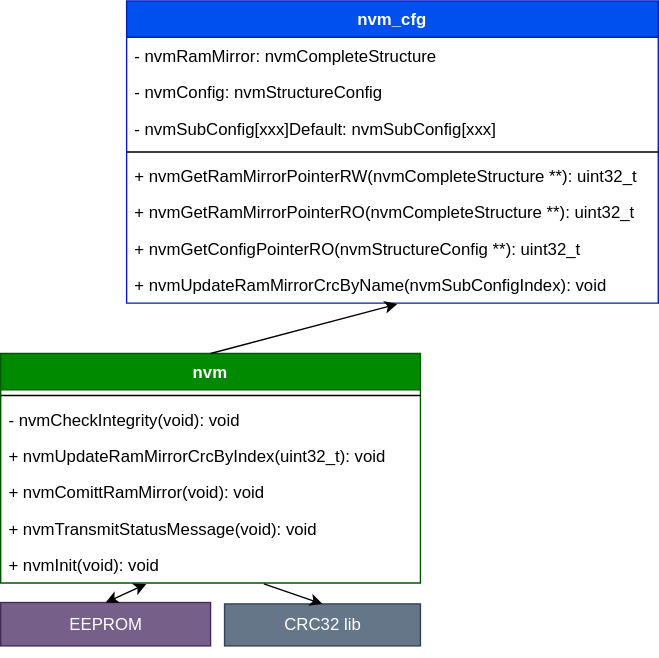
Above: architecture.svg in gregrob/publisher (draw.io), before the change. Source tidied: cells renumbered, new cells last; positions are measured from the earlier drawing's top-left corner, leaving out a move shared by most shapes.
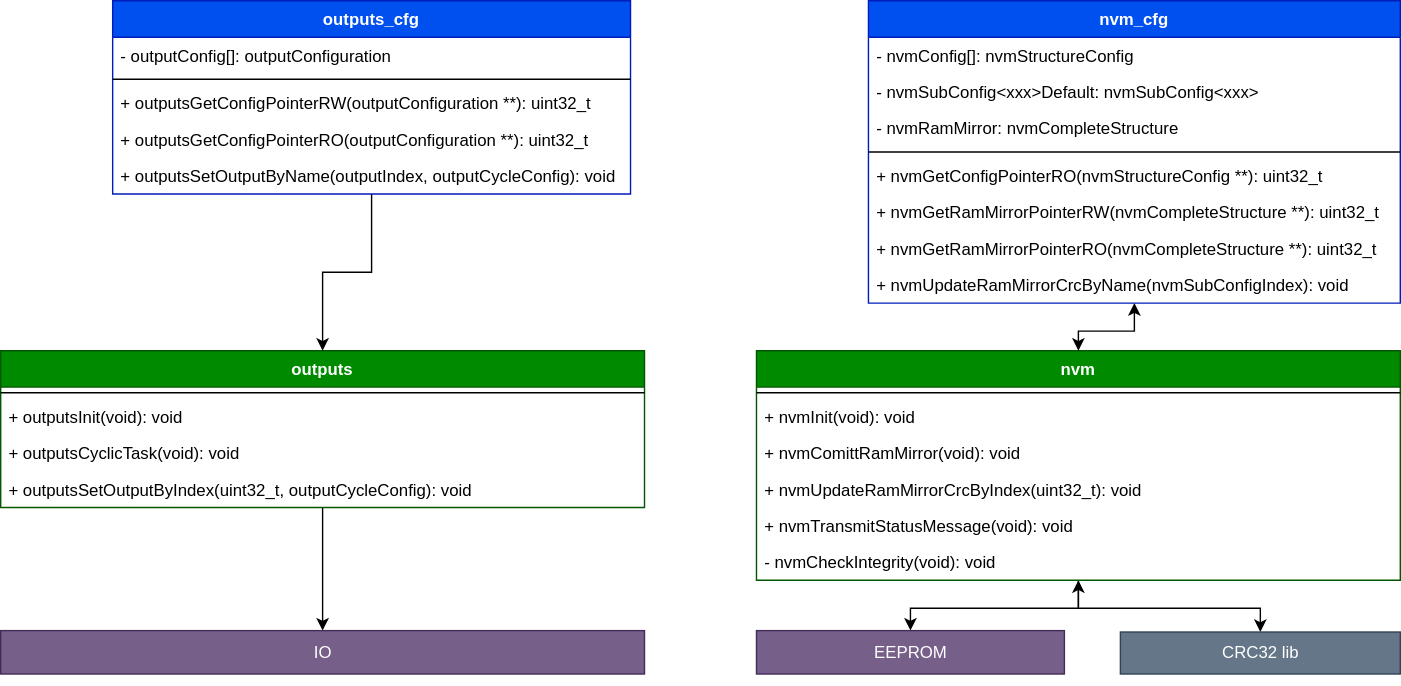
The same diagram one commit later.

Commit message:
Diagram updated with outputs.

What changed in the source:
```diff
@@ -2,71 +2,113 @@
   <root>
     <mxCell id="0" />
     <mxCell id="1" parent="0" />
+    <mxCell id="24" style="edgeStyle=orthogonalEdgeStyle;rounded=0;jettySize=auto;html=1;startArrow=classic;startFill=1;" parent="1" edge="1" source="2" target="18">
+      <mxGeometry relative="1" as="geometry" />
+    </mxCell>
+    <mxCell id="25" style="edgeStyle=orthogonalEdgeStyle;rounded=0;jettySize=auto;html=1;startArrow=none;startFill=0;" parent="1" edge="1" source="2" target="21">
+      <mxGeometry relative="1" as="geometry" />
+    </mxCell>
     <mxCell id="2" value="nvm" style="swimlane;fontStyle=1;align=center;verticalAlign=top;horizontal=1;startSize=26;fillColor=#008a00;strokeColor=#005700;fontColor=#ffffff;" parent="1" vertex="1">
-      <mxGeometry y="252" width="300" height="164" as="geometry" />
+      <mxGeometry x="280" y="370" width="460" height="164" as="geometry" />
     </mxCell>
     <mxCell id="3" style="line;strokeWidth=1;fillColor=none;align=left;verticalAlign=middle;spacingTop=-1;spacingLeft=3;spacingRight=3;labelPosition=right;" parent="2" vertex="1">
-      <mxGeometry y="26" width="300" height="8" as="geometry" />
+      <mxGeometry y="26" width="460" height="8" as="geometry" />
     </mxCell>
+    <mxCell id="8" value="+ nvmInit(void): void" style="text;strokeColor=none;fillColor=none;align=left;verticalAlign=top;spacingLeft=4;spacingRight=4;overflow=hidden;points=[[0,0.5],[1,0.5]];portConstraint=eastwest;" parent="2" vertex="1">
+      <mxGeometry y="34" width="460" height="26" as="geometry" />
+    </mxCell>
+    <mxCell id="6" value="+ nvmComittRamMirror(void): void" style="text;strokeColor=none;fillColor=none;align=left;verticalAlign=top;spacingLeft=4;spacingRight=4;overflow=hidden;" parent="2" vertex="1">
+      <mxGeometry y="60" width="460" height="26" as="geometry" />
+    </mxCell>
+    <mxCell id="5" value="+ nvmUpdateRamMirrorCrcByIndex(uint32_t): void" style="text;strokeColor=none;fillColor=none;align=left;verticalAlign=top;spacingLeft=4;spacingRight=4;overflow=hidden;" parent="2" vertex="1">
+      <mxGeometry y="86" width="460" height="26" as="geometry" />
+    </mxCell>
+    <mxCell id="7" value="+ nvmTransmitStatusMessage(void): void" style="text;strokeColor=none;fillColor=none;align=left;verticalAlign=top;spacingLeft=4;spacingRight=4;overflow=hidden;" parent="2" vertex="1">
+      <mxGeometry y="112" width="460" height="26" as="geometry" />
+    </mxCell>
     <mxCell id="4" value="- nvmCheckIntegrity(void): void" style="text;strokeColor=none;fillColor=none;align=left;verticalAlign=top;spacingLeft=4;spacingRight=4;overflow=hidden;" parent="2" vertex="1">
-      <mxGeometry y="34" width="300" height="26" as="geometry" />
+      <mxGeometry y="138" width="460" height="26" as="geometry" />
     </mxCell>
-    <mxCell id="5" value="+ nvmUpdateRamMirrorCrcByIndex(uint32_t): void" style="text;strokeColor=none;fillColor=none;align=left;verticalAlign=top;spacingLeft=4;spacingRight=4;overflow=hidden;" parent="2" vertex="1">
-      <mxGeometry y="60" width="300" height="26" as="geometry" />
-    </mxCell>
-    <mxCell id="6" value="+ nvmComittRamMirror(void): void" style="text;strokeColor=none;fillColor=none;align=left;verticalAlign=top;spacingLeft=4;spacingRight=4;overflow=hidden;" parent="2" vertex="1">
-      <mxGeometry y="86" width="300" height="26" as="geometry" />
-    </mxCell>
-    <mxCell id="7" value="+ nvmTransmitStatusMessage(void): void" style="text;strokeColor=none;fillColor=none;align=left;verticalAlign=top;spacingLeft=4;spacingRight=4;overflow=hidden;" parent="2" vertex="1">
-      <mxGeometry y="112" width="300" height="26" as="geometry" />
-    </mxCell>
-    <mxCell id="8" value="+ nvmInit(void): void" style="text;strokeColor=none;fillColor=none;align=left;verticalAlign=top;spacingLeft=4;spacingRight=4;overflow=hidden;points=[[0,0.5],[1,0.5]];portConstraint=eastwest;" parent="2" vertex="1">
-      <mxGeometry y="138" width="300" height="26" as="geometry" />
-    </mxCell>
+    <mxCell id="26" style="edgeStyle=orthogonalEdgeStyle;rounded=0;jettySize=auto;html=1;startArrow=classic;startFill=1;" parent="1" edge="1" source="9" target="2">
+      <mxGeometry relative="1" as="geometry" />
+    </mxCell>
     <mxCell id="9" value="nvm_cfg" style="swimlane;fontStyle=1;align=center;verticalAlign=top;horizontal=1;startSize=26;fillColor=#0050ef;strokeColor=#001DBC;fontColor=#ffffff;" parent="1" vertex="1">
-      <mxGeometry x="90" width="380" height="216" as="geometry" />
+      <mxGeometry x="360" y="120" width="380" height="216" as="geometry" />
     </mxCell>
-    <mxCell id="10" value="- nvmRamMirror: nvmCompleteStructure" style="text;strokeColor=none;fillColor=none;align=left;verticalAlign=top;spacingLeft=4;spacingRight=4;overflow=hidden;" parent="9" vertex="1">
-      <mxGeometry y="26" width="380" height="26" as="geometry" />
-    </mxCell>
-    <mxCell id="11" value="- nvmConfig: nvmStructureConfig " style="text;strokeColor=none;fillColor=none;align=left;verticalAlign=top;spacingLeft=4;spacingRight=4;overflow=hidden;" parent="9" vertex="1">
-      <mxGeometry y="52" width="380" height="26" as="geometry" />
+    <mxCell id="11" value="- nvmConfig[]: nvmStructureConfig " style="text;strokeColor=none;fillColor=none;align=left;verticalAlign=top;spacingLeft=4;spacingRight=4;overflow=hidden;" parent="9" vertex="1">
+      <mxGeometry y="26" width="380" height="26" as="geometry" />
     </mxCell>
-    <mxCell id="12" value="- nvmSubConfig[xxx]Default: nvmSubConfig[xxx] " style="text;strokeColor=none;fillColor=none;align=left;verticalAlign=top;spacingLeft=4;spacingRight=4;overflow=hidden;" parent="9" vertex="1">
-      <mxGeometry y="78" width="380" height="26" as="geometry" />
+    <mxCell id="12" value="- nvmSubConfig&lt;xxx&gt;Default: nvmSubConfig&lt;xxx&gt;" style="text;strokeColor=none;fillColor=none;align=left;verticalAlign=top;spacingLeft=4;spacingRight=4;overflow=hidden;" parent="9" vertex="1">
+      <mxGeometry y="52" width="380" height="26" as="geometry" />
     </mxCell>
+    <mxCell id="10" value="- nvmRamMirror: nvmCompleteStructure" style="text;strokeColor=none;fillColor=none;align=left;verticalAlign=top;spacingLeft=4;spacingRight=4;overflow=hidden;" parent="9" vertex="1">
+      <mxGeometry y="78" width="380" height="26" as="geometry" />
+    </mxCell>
     <mxCell id="13" style="line;strokeWidth=1;fillColor=none;align=left;verticalAlign=middle;spacingTop=-1;spacingLeft=3;spacingRight=3;labelPosition=right;" parent="9" vertex="1">
       <mxGeometry y="104" width="380" height="8" as="geometry" />
     </mxCell>
+    <mxCell id="16" value="+ nvmGetConfigPointerRO(nvmStructureConfig **): uint32_t" style="text;strokeColor=none;fillColor=none;align=left;verticalAlign=top;spacingLeft=4;spacingRight=4;overflow=hidden;" parent="9" vertex="1">
+      <mxGeometry y="112" width="380" height="26" as="geometry" />
+    </mxCell>
     <mxCell id="14" value="+ nvmGetRamMirrorPointerRW(nvmCompleteStructure **): uint32_t " style="text;strokeColor=none;fillColor=none;align=left;verticalAlign=top;spacingLeft=4;spacingRight=4;overflow=hidden;" parent="9" vertex="1">
-      <mxGeometry y="112" width="380" height="26" as="geometry" />
+      <mxGeometry y="138" width="380" height="26" as="geometry" />
     </mxCell>
     <mxCell id="15" value="+ nvmGetRamMirrorPointerRO(nvmCompleteStructure **): uint32_t" style="text;strokeColor=none;fillColor=none;align=left;verticalAlign=top;spacingLeft=4;spacingRight=4;overflow=hidden;" parent="9" vertex="1">
-      <mxGeometry y="138" width="380" height="26" as="geometry" />
+      <mxGeometry y="164" width="380" height="26" as="geometry" />
     </mxCell>
-    <mxCell id="16" value="+ nvmGetConfigPointerRO(nvmStructureConfig **): uint32_t" style="text;strokeColor=none;fillColor=none;align=left;verticalAlign=top;spacingLeft=4;spacingRight=4;overflow=hidden;" parent="9" vertex="1">
-      <mxGeometry y="164" width="380" height="26" as="geometry" />
-    </mxCell>
     <mxCell id="17" value="+ nvmUpdateRamMirrorCrcByName(nvmSubConfigIndex): void" style="text;strokeColor=none;fillColor=none;align=left;verticalAlign=top;spacingLeft=4;spacingRight=4;overflow=hidden;points=[[0,0.5],[1,0.5]];portConstraint=eastwest;" parent="9" vertex="1">
       <mxGeometry y="190" width="380" height="26" as="geometry" />
     </mxCell>
     <mxCell id="18" value="EEPROM" style="html=1;fillColor=#76608a;strokeColor=#432D57;fontColor=#ffffff;" parent="1" vertex="1">
-      <mxGeometry y="430" width="150" height="31" as="geometry" />
+      <mxGeometry x="280" y="570" width="220" height="31" as="geometry" />
     </mxCell>
-    <mxCell id="19" style="endArrow=classic;startArrow=classic;html=1;exitX=0.5;exitY=0;exitDx=0;exitDy=0;entryX=0.347;entryY=1.026;entryDx=0;entryDy=0;entryPerimeter=0;" parent="1" edge="1" source="18" target="8">
-      <mxGeometry relative="1" as="geometry" />
-    </mxCell>
-    <mxCell id="20" style="endArrow=classic;html=1;exitX=0.5;exitY=0;exitDx=0;exitDy=0;entryX=0.509;entryY=1.026;entryDx=0;entryDy=0;entryPerimeter=0;" parent="1" edge="1" source="2" target="17">
-      <mxGeometry relative="1" as="geometry" />
-    </mxCell>
     <mxCell id="21" value="CRC32 lib" style="html=1;fillColor=#647687;strokeColor=#314354;fontColor=#ffffff;" parent="1" vertex="1">
-      <mxGeometry x="160" y="431" width="140" height="30" as="geometry" />
+      <mxGeometry x="540" y="571" width="200" height="30" as="geometry" />
     </mxCell>
-    <mxCell id="22" style="endArrow=classic;html=1;exitX=0.627;exitY=1.026;exitDx=0;exitDy=0;exitPerimeter=0;entryX=0.5;entryY=0;entryDx=0;entryDy=0;" parent="1" edge="1" source="8" target="21">
-      <mxGeometry relative="1" as="geometry" />
-    </mxCell>
     <mxCell id="23" style="edgeStyle=orthogonalEdgeStyle;rounded=0;orthogonalLoop=1;jettySize=auto;html=1;exitX=0.5;exitY=1;exitDx=0;exitDy=0;" parent="1" edge="1" source="18" target="18">
       <mxGeometry relative="1" as="geometry" />
     </mxCell>
+    <mxCell id="27" style="edgeStyle=orthogonalEdgeStyle;rounded=0;jettySize=auto;html=1;entryX=0.5;entryY=0;entryDx=0;entryDy=0;" parent="1" edge="1" source="28" target="40">
+      <mxGeometry relative="1" as="geometry" />
+    </mxCell>
+    <mxCell id="28" value="outputs" style="swimlane;fontStyle=1;align=center;verticalAlign=top;horizontal=1;startSize=26;fillColor=#008a00;strokeColor=#005700;fontColor=#ffffff;" parent="1" vertex="1">
+      <mxGeometry x="-260" y="370" width="460" height="112" as="geometry" />
+    </mxCell>
+    <mxCell id="29" style="line;strokeWidth=1;fillColor=none;align=left;verticalAlign=middle;spacingTop=-1;spacingLeft=3;spacingRight=3;labelPosition=right;" parent="28" vertex="1">
+      <mxGeometry y="26" width="460" height="8" as="geometry" />
+    </mxCell>
+    <mxCell id="30" value="+ outputsInit(void): void" style="text;strokeColor=none;fillColor=none;align=left;verticalAlign=top;spacingLeft=4;spacingRight=4;overflow=hidden;" parent="28" vertex="1">
+      <mxGeometry y="34" width="460" height="26" as="geometry" />
+    </mxCell>
+    <mxCell id="31" value="+ outputsCyclicTask(void): void" style="text;strokeColor=none;fillColor=none;align=left;verticalAlign=top;spacingLeft=4;spacingRight=4;overflow=hidden;" parent="28" vertex="1">
+      <mxGeometry y="60" width="460" height="26" as="geometry" />
+    </mxCell>
+    <mxCell id="32" value="+ outputsSetOutputByIndex(uint32_t, outputCycleConfig): void" style="text;strokeColor=none;fillColor=none;align=left;verticalAlign=top;spacingLeft=4;spacingRight=4;overflow=hidden;" parent="28" vertex="1">
+      <mxGeometry y="86" width="460" height="26" as="geometry" />
+    </mxCell>
+    <mxCell id="33" style="edgeStyle=orthogonalEdgeStyle;rounded=0;jettySize=auto;html=1;entryX=0.5;entryY=0;entryDx=0;entryDy=0;" parent="1" edge="1" source="34" target="28">
+      <mxGeometry relative="1" as="geometry" />
+    </mxCell>
+    <mxCell id="34" value="outputs_cfg" style="swimlane;fontStyle=1;align=center;verticalAlign=top;horizontal=1;startSize=26;fillColor=#0050ef;strokeColor=#001DBC;fontColor=#ffffff;" parent="1" vertex="1">
+      <mxGeometry x="-180" y="120" width="370" height="138" as="geometry" />
+    </mxCell>
+    <mxCell id="35" value="- outputConfig[]: outputConfiguration" style="text;strokeColor=none;fillColor=none;align=left;verticalAlign=top;spacingLeft=4;spacingRight=4;overflow=hidden;" parent="34" vertex="1">
+      <mxGeometry y="26" width="370" height="26" as="geometry" />
+    </mxCell>
+    <mxCell id="36" style="line;strokeWidth=1;fillColor=none;align=left;verticalAlign=middle;spacingTop=-1;spacingLeft=3;spacingRight=3;labelPosition=right;" parent="34" vertex="1">
+      <mxGeometry y="52" width="370" height="8" as="geometry" />
+    </mxCell>
+    <mxCell id="37" value="+ outputsGetConfigPointerRW(outputConfiguration **): uint32_t " style="text;strokeColor=none;fillColor=none;align=left;verticalAlign=top;spacingLeft=4;spacingRight=4;overflow=hidden;" parent="34" vertex="1">
+      <mxGeometry y="60" width="370" height="26" as="geometry" />
+    </mxCell>
+    <mxCell id="38" value="+ outputsGetConfigPointerRO(outputConfiguration **): uint32_t " style="text;strokeColor=none;fillColor=none;align=left;verticalAlign=top;spacingLeft=4;spacingRight=4;overflow=hidden;" parent="34" vertex="1">
+      <mxGeometry y="86" width="370" height="26" as="geometry" />
+    </mxCell>
+    <mxCell id="39" value="+ outputsSetOutputByName(outputIndex, outputCycleConfig): void" style="text;strokeColor=none;fillColor=none;align=left;verticalAlign=top;spacingLeft=4;spacingRight=4;overflow=hidden;" parent="34" vertex="1">
+      <mxGeometry y="112" width="370" height="26" as="geometry" />
+    </mxCell>
+    <mxCell id="40" value="IO" style="html=1;fillColor=#76608a;strokeColor=#432D57;fontColor=#ffffff;" parent="1" vertex="1">
+      <mxGeometry x="-260" y="570" width="460" height="31" as="geometry" />
+    </mxCell>
   </root>
 </mxGraphModel>
```
